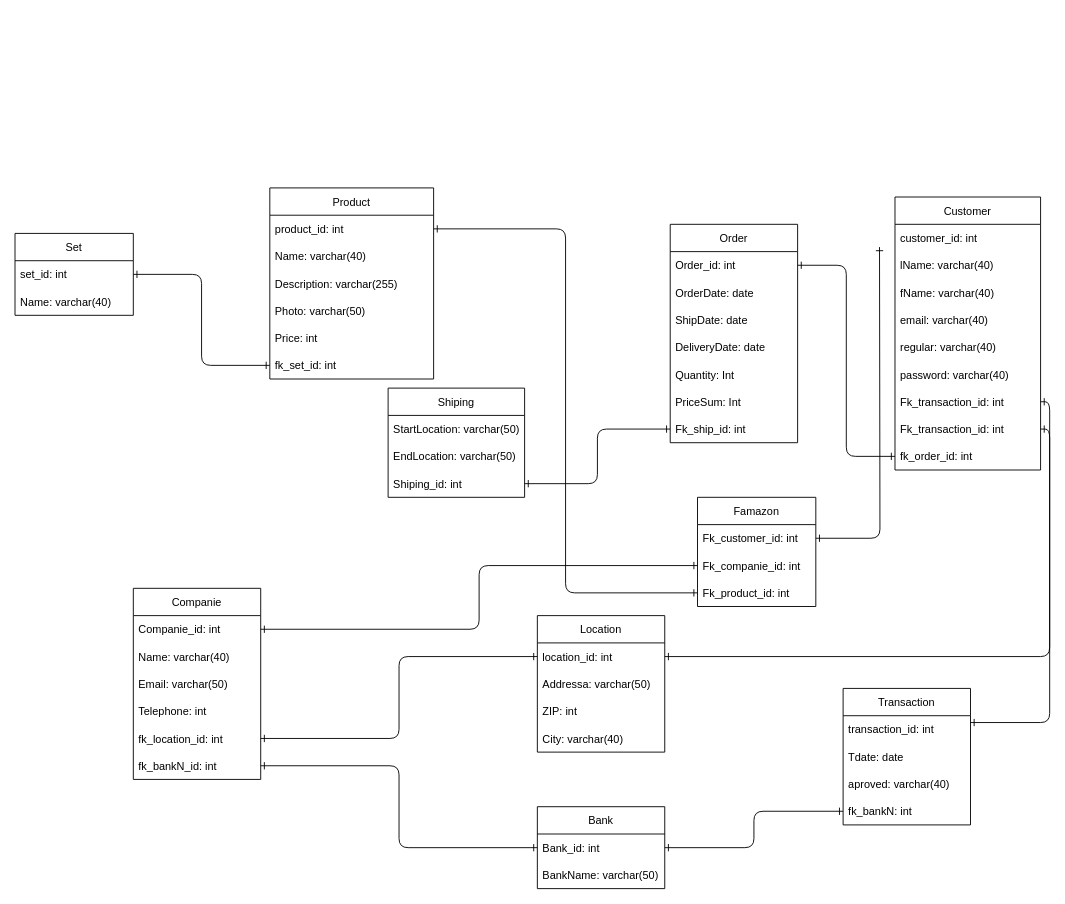
Earlier version of the draw.io diagram page "Design" (4 of 4) of BE16_CR9_mohamad.drawio (MohamadHelli/BE16_CR9_mohamad). Source tidied: cells renumbered, new cells numbered last; positions are measured from the earlier drawing's top-left corner, leaving out a move shared by most shapes. Both pictures are drawn from the tidied source at 91%, with x=0, y=0 at pixel (15, 187).
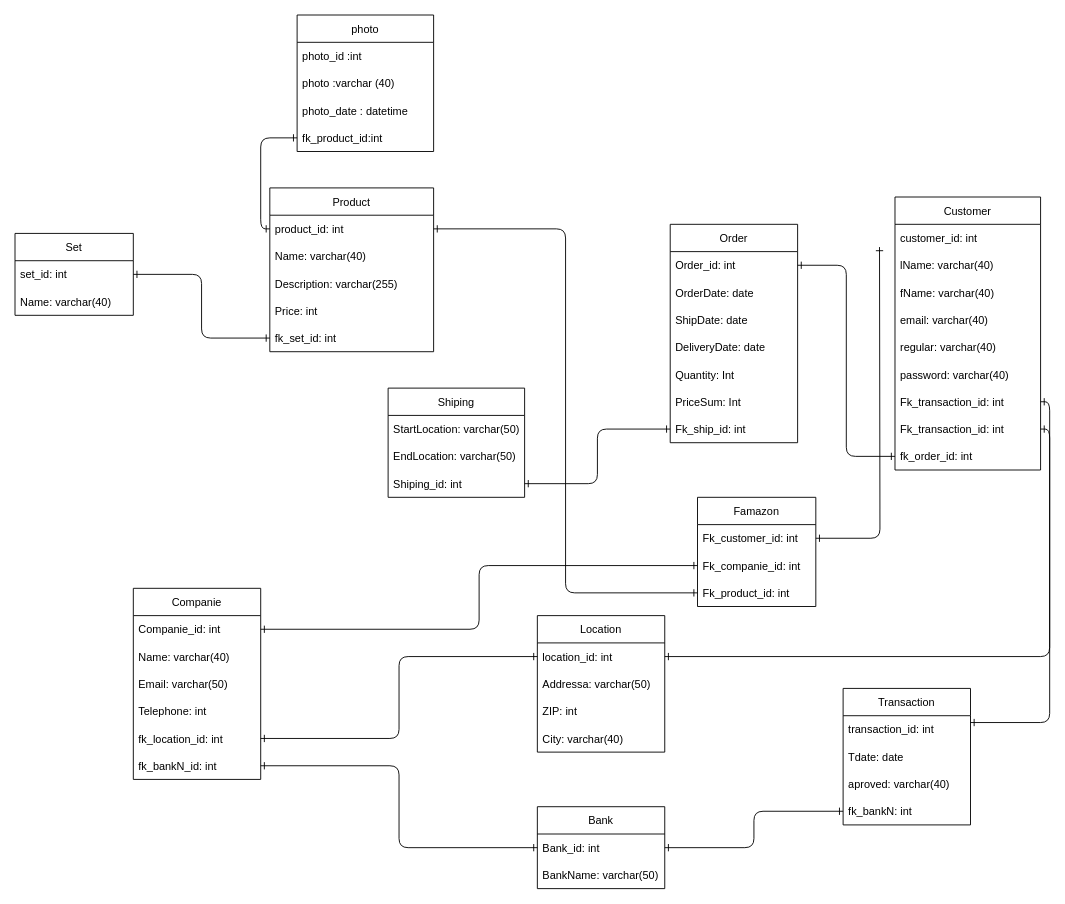
Above is the later version.

The change refers to these unchanged cells:
```xml
<mxCell id="3" value="product_id: int" style="text;strokeColor=none;fillColor=none;align=left;verticalAlign=middle;spacingLeft=4;spacingRight=4;overflow=hidden;points=[[0,0.5],[1,0.5]];portConstraint=eastwest;" parent="2" vertex="1">
  <mxGeometry y="30" width="180" height="30" as="geometry" />
</mxCell>
```

Diff of the diagram source:
```diff
@@
     <mxCell id="2" value="Product" style="swimlane;fontStyle=0;horizontal=1;startSize=30;" parent="1" vertex="1">
-      <mxGeometry x="280" width="180" height="210" as="geometry" />
+      <mxGeometry x="280" width="180" height="180" as="geometry" />
     </mxCell>
@@
-    <mxCell id="6" value="Photo: varchar(50)" style="text;strokeColor=none;fillColor=none;align=left;verticalAlign=middle;spacingLeft=4;spacingRight=4;overflow=hidden;" parent="2" vertex="1">
-      <mxGeometry y="120" width="180" height="30" as="geometry" />
-    </mxCell>
     <mxCell id="7" value="Price: int" style="text;strokeColor=none;fillColor=none;align=left;verticalAlign=middle;spacingLeft=4;spacingRight=4;overflow=hidden;" parent="2" vertex="1">
-      <mxGeometry y="150" width="180" height="30" as="geometry" />
+      <mxGeometry y="120" width="180" height="30" as="geometry" />
     </mxCell>
     <mxCell id="8" value="fk_set_id: int" style="text;strokeColor=none;fillColor=none;align=left;verticalAlign=middle;spacingLeft=4;spacingRight=4;overflow=hidden;points=[[0,0.5],[1,0.5]];portConstraint=eastwest;" parent="2" vertex="1">
-      <mxGeometry y="180" width="180" height="30" as="geometry" />
+      <mxGeometry y="150" width="180" height="30" as="geometry" />
     </mxCell>
@@
+    <mxCell id="69" value="photo" style="swimlane;fontStyle=0;horizontal=1;startSize=30;" parent="1" vertex="1">
+      <mxGeometry x="310" y="-190" width="150" height="150" as="geometry" />
+    </mxCell>
+    <mxCell id="70" value="photo_id :int" style="text;align=left;verticalAlign=middle;spacingLeft=4;spacingRight=4;overflow=hidden;" parent="69" vertex="1">
+      <mxGeometry y="30" width="150" height="30" as="geometry" />
+    </mxCell>
+    <mxCell id="71" value="photo :varchar (40)" style="text;align=left;verticalAlign=middle;spacingLeft=4;spacingRight=4;overflow=hidden;" parent="69" vertex="1">
+      <mxGeometry y="60" width="150" height="30" as="geometry" />
+    </mxCell>
+    <mxCell id="72" value="photo_date : datetime" style="text;align=left;verticalAlign=middle;spacingLeft=4;spacingRight=4;overflow=hidden;" parent="69" vertex="1">
+      <mxGeometry y="90" width="150" height="30" as="geometry" />
+    </mxCell>
+    <mxCell id="73" value="fk_product_id:int" style="text;align=left;verticalAlign=middle;spacingLeft=4;spacingRight=4;overflow=hidden;points=[[0,0.5],[1,0.5]];portConstraint=eastwest;" parent="69" vertex="1">
+      <mxGeometry y="120" width="150" height="30" as="geometry" />
+    </mxCell>
+    <mxCell id="74" style="edgeStyle=orthogonalEdgeStyle;html=1;entryX=0;entryY=0.5;entryDx=0;entryDy=0;endArrow=ERone;endFill=0;startArrow=ERone;startFill=0;" parent="1" edge="1" source="73" target="3">
+      <mxGeometry relative="1" as="geometry" />
+    </mxCell>
```
